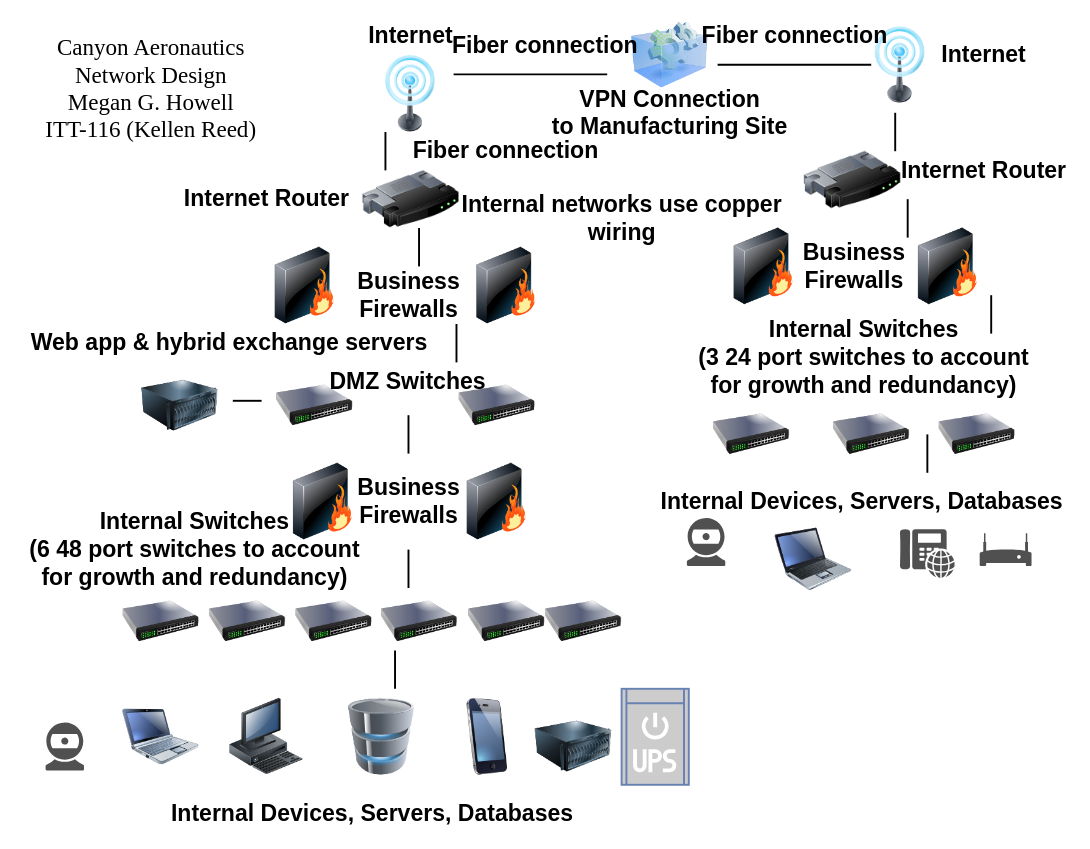
cyberqueenmeg/itt-116 keeps this draw.io diagram as netdiagrams/Untitled Diagram.drawio. Above is the earlier version. Source tidied: cells renumbered, new cells numbered last; positions are measured from the earlier drawing's top-left corner, leaving out a move shared by most shapes. Both pictures are drawn from the tidied source at 96%, with x=0, y=0 at pixel (16, -12).
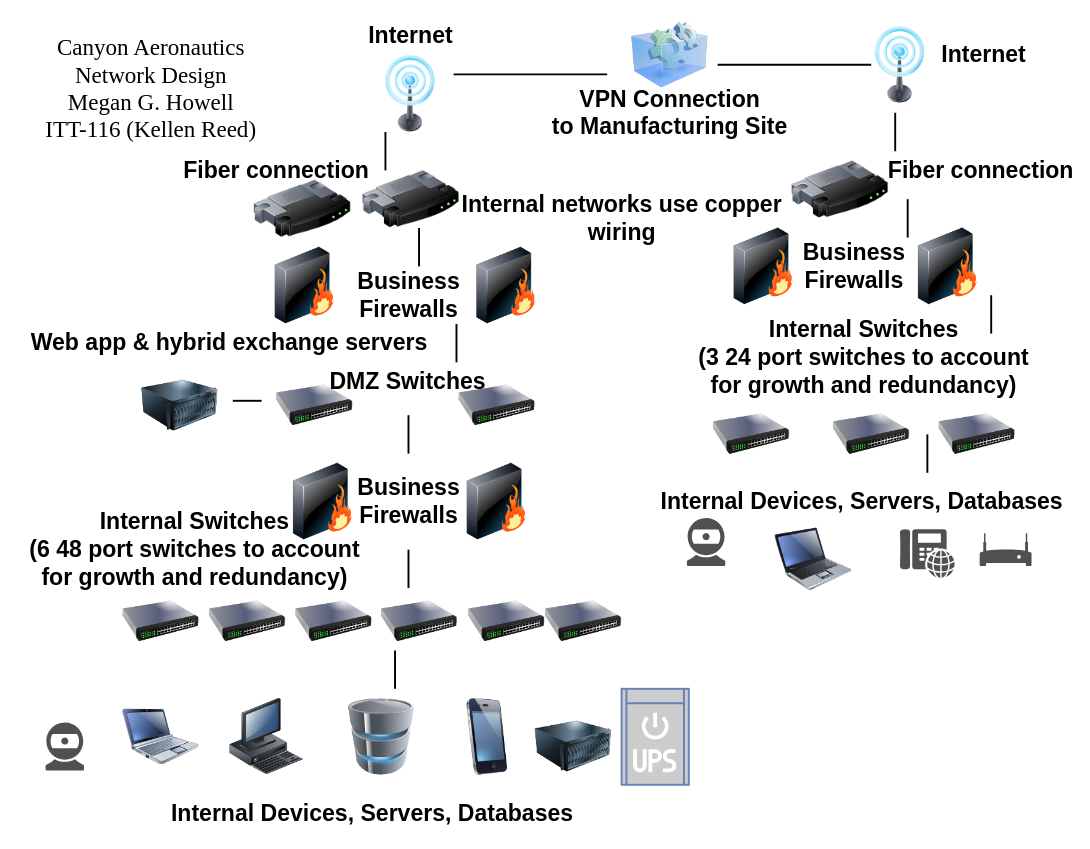
After the change.

The edit, as a diff of the source:
```diff
@@
-    <mxCell id="29" value="Internet Router" style="text;strokeColor=none;fillColor=none;html=1;fontSize=24;fontStyle=1;verticalAlign=middle;align=center;" parent="1" vertex="1">
-      <mxGeometry x="210" y="200" width="100" height="40" as="geometry" />
-    </mxCell>
@@
     <mxCell id="33" style="image;html=1;image=img/lib/clip_art/networking/Router_128x128.png;" parent="1" vertex="1">
-      <mxGeometry x="818" y="170" width="105" height="60" as="geometry" />
+      <mxGeometry x="805" y="180" width="105" height="60" as="geometry" />
     </mxCell>
@@
-    <mxCell id="48" value="Internet Router" style="text;strokeColor=none;fillColor=none;html=1;fontSize=24;fontStyle=1;verticalAlign=middle;align=center;" parent="1" vertex="1">
-      <mxGeometry x="957" y="170" width="100" height="40" as="geometry" />
-    </mxCell>
@@
     <mxCell id="54" value="Fiber connection" style="text;strokeColor=none;fillColor=none;html=1;fontSize=24;fontStyle=1;verticalAlign=middle;align=center;" parent="1" vertex="1">
-      <mxGeometry x="459" y="150" width="100" height="40" as="geometry" />
+      <mxGeometry x="220" y="170" width="100" height="40" as="geometry" />
     </mxCell>
-    <mxCell id="55" value="Fiber connection" style="text;strokeColor=none;fillColor=none;html=1;fontSize=24;fontStyle=1;verticalAlign=middle;align=center;" parent="1" vertex="1">
-      <mxGeometry x="500" y="40" width="100" height="40" as="geometry" />
-    </mxCell>
     <mxCell id="56" value="Fiber connection" style="text;strokeColor=none;fillColor=none;html=1;fontSize=24;fontStyle=1;verticalAlign=middle;align=center;" parent="1" vertex="1">
-      <mxGeometry x="760" y="30" width="100" height="40" as="geometry" />
+      <mxGeometry x="953.5" y="170" width="100" height="40" as="geometry" />
     </mxCell>
@@
+    <mxCell id="68" style="image;html=1;image=img/lib/clip_art/networking/Router_128x128.png;" parent="1" vertex="1">
+      <mxGeometry x="245" y="200" width="105" height="60" as="geometry" />
+    </mxCell>
```
